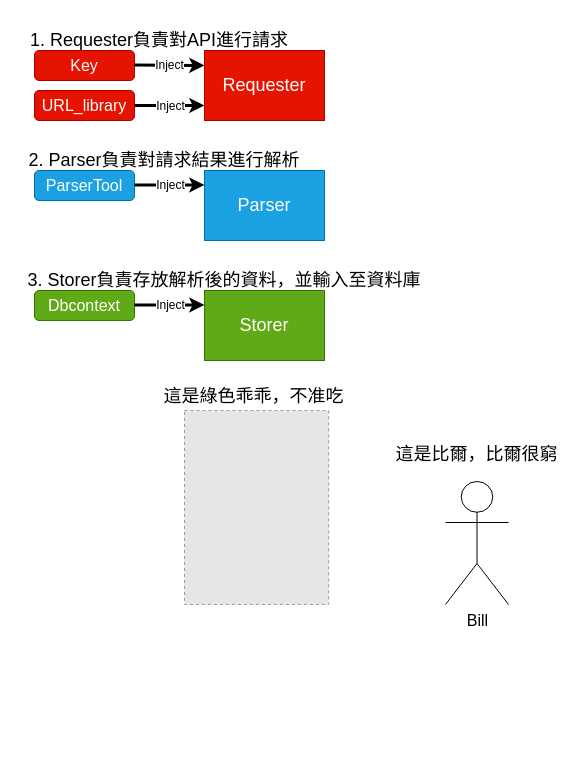
The draw.io diagram structure.drawio in jimmg35/Sensor_Crawling, before the edit. Source tidied: cells renumbered, new cells numbered last; positions are measured from the earlier drawing's top-left corner, leaving out a move shared by most shapes. Both pictures are drawn from the tidied source at 100%, with x=0, y=0 at pixel (24, 30). Pictures stored in the file or linked from it are replaced by grey dashed boxes.
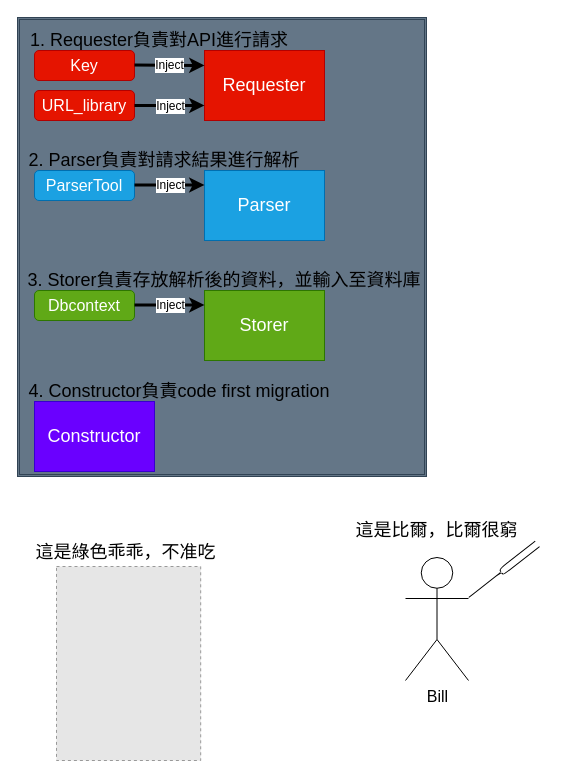
After the change.

Diff of the diagram source:
```diff
@@
+    <mxCell id="24" style="shape=ext;double=1;rounded=0;whiteSpace=wrap;html=1;fillColor=#647687;strokeColor=#314354;fontColor=#ffffff;" parent="1" vertex="1">
+      <mxGeometry x="-7" y="-13" width="409" height="459" as="geometry" />
+    </mxCell>
@@
     <mxCell id="20" value="&lt;font style=&quot;font-size: 16px&quot;&gt;Bill&lt;/font&gt;" style="shape=umlActor;verticalLabelPosition=bottom;verticalAlign=top;html=1;" parent="1" vertex="1">
-      <mxGeometry x="421" y="451" width="63" height="123" as="geometry" />
+      <mxGeometry x="381" y="527" width="63" height="123" as="geometry" />
     </mxCell>
     <mxCell id="21" value="&lt;span style=&quot;font-size: 18px&quot;&gt;這是比爾，比爾很窮&lt;/span&gt;" style="text;html=1;strokeColor=none;fillColor=none;align=center;verticalAlign=middle;whiteSpace=wrap;rounded=0;fontSize=12;" parent="1" vertex="1">
-      <mxGeometry x="367" y="414" width="171" height="20" as="geometry" />
+      <mxGeometry x="327" y="490" width="171" height="20" as="geometry" />
     </mxCell>
     <mxCell id="22" style="fillColor=#E6E6E6;strokeColor=#999999;dashed=1;verticalLabelPosition=bottom;labelBackgroundColor=#ffffff;verticalAlign=top;" parent="1" vertex="1">
-      <mxGeometry x="160" y="380" width="144.2" height="194" as="geometry" />
+      <mxGeometry x="32" y="536" width="144.2" height="194" as="geometry" />
     </mxCell>
     <mxCell id="23" value="&lt;span style=&quot;font-size: 18px&quot;&gt;這是綠色乖乖，不准吃&lt;/span&gt;" style="text;html=1;strokeColor=none;fillColor=none;align=center;verticalAlign=middle;whiteSpace=wrap;rounded=0;fontSize=12;" parent="1" vertex="1">
-      <mxGeometry x="138" y="356" width="183" height="20" as="geometry" />
+      <mxGeometry x="10" y="512" width="183" height="20" as="geometry" />
     </mxCell>
+    <mxCell id="25" value="&lt;font style=&quot;font-size: 18px&quot;&gt;Constructor&lt;/font&gt;" style="rounded=0;whiteSpace=wrap;html=1;fillColor=#6a00ff;strokeColor=#3700CC;fontColor=#ffffff;" parent="1" vertex="1">
+      <mxGeometry x="10" y="371" width="120" height="70" as="geometry" />
+    </mxCell>
+    <mxCell id="26" value="&lt;font style=&quot;font-size: 18px&quot;&gt;4. Constructor負責code first migration&lt;/font&gt;" style="text;html=1;strokeColor=none;fillColor=none;align=center;verticalAlign=middle;whiteSpace=wrap;rounded=0;fontSize=12;" parent="1" vertex="1">
+      <mxGeometry y="351" width="310" height="20" as="geometry" />
+    </mxCell>
+    <mxCell id="27" style="shape=curlyBracket;whiteSpace=wrap;html=1;rounded=1;rotation=-38;" parent="1" vertex="1">
+      <mxGeometry x="431" y="538" width="91.6" height="7" as="geometry" />
+    </mxCell>
```
